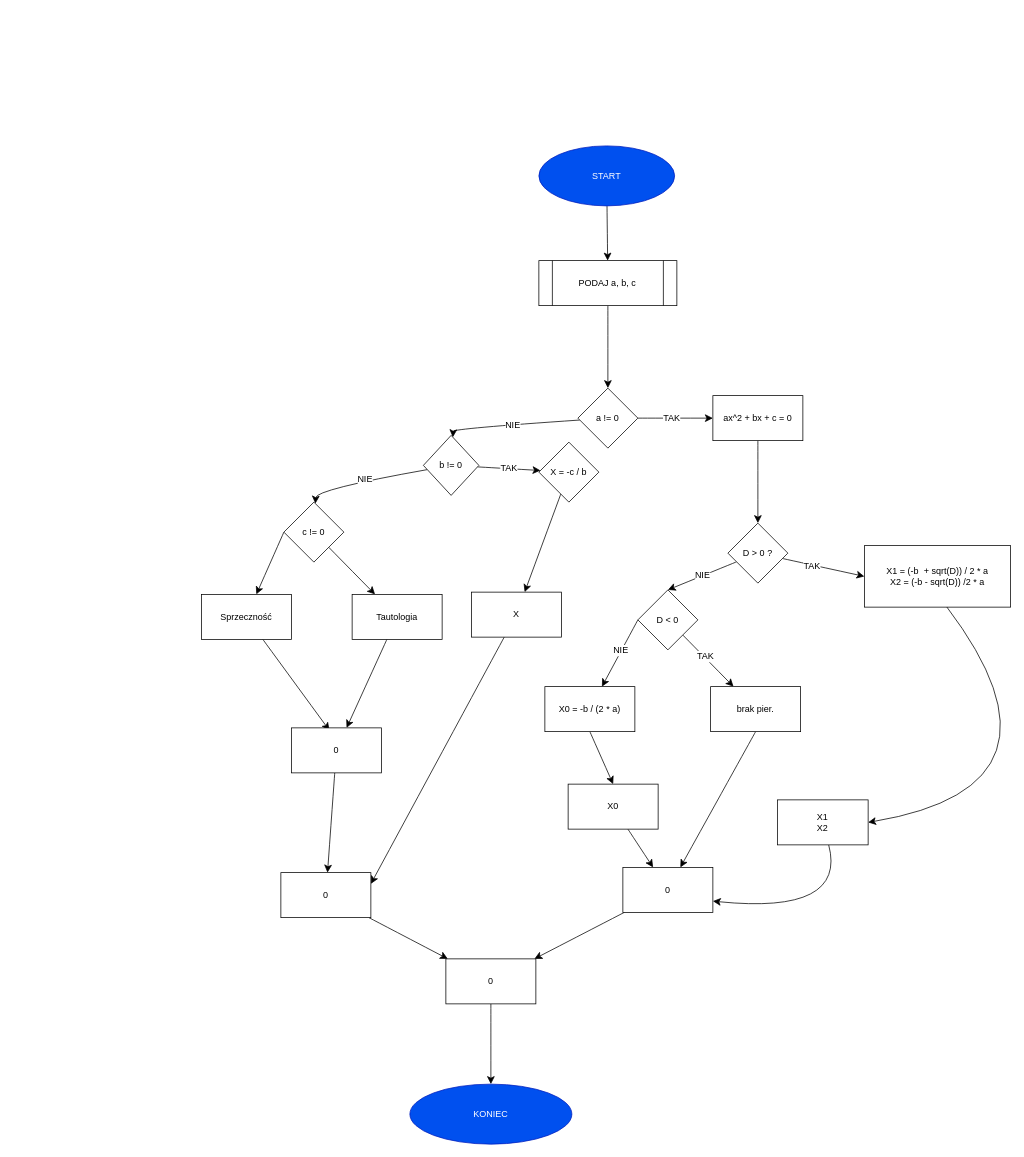
Earlier version of the draw.io diagram Diagram bez tytułu.drawio (mateoty123/draw.io._UL). Source tidied: cells renumbered, new cells numbered last; positions are measured from the earlier drawing's top-left corner, leaving out a move shared by most shapes. Both pictures are drawn from the tidied source at 75%, with x=0, y=0 at pixel (201, 146).
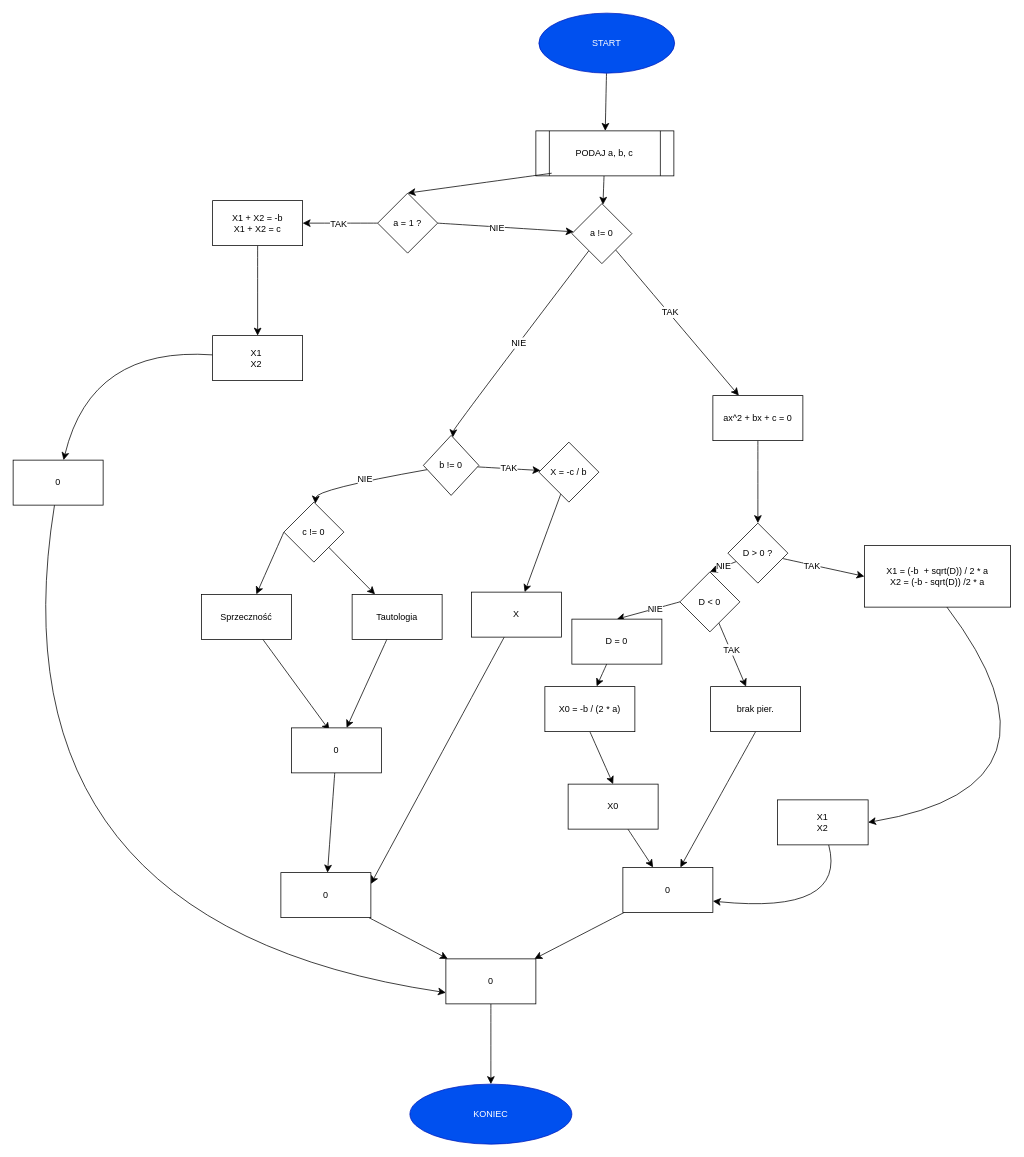
The same diagram, later.

Commit message:
Teorema Vieta tytuł.drawio

Unchanged cells that the change refers to:
```xml
<mxCell id="42" value="X0 = -b / (2 * a)" style="rounded=0;whiteSpace=wrap;html=1;" parent="1" vertex="1">
  <mxGeometry x="458" y="721" width="120" height="60" as="geometry" />
</mxCell>
<mxCell id="53" value="0" style="whiteSpace=wrap;html=1;rounded=0;" parent="1" vertex="1">
  <mxGeometry x="326" y="1084" width="120" height="60" as="geometry" />
</mxCell>
```

What changed in the source:
```diff
@@
     <mxCell id="3" value="START" style="ellipse;whiteSpace=wrap;html=1;fillColor=#0050ef;strokeColor=#001DBC;fontColor=#ffffff;" parent="1" vertex="1">
-      <mxGeometry x="450" width="181" height="80" as="geometry" />
+      <mxGeometry x="450" y="-177" width="181" height="80" as="geometry" />
     </mxCell>
@@
     <mxCell id="5" value="PODAJ a, b, c" style="shape=process;whiteSpace=wrap;html=1;backgroundOutline=1;" parent="1" vertex="1">
-      <mxGeometry x="450" y="153" width="184" height="60" as="geometry" />
+      <mxGeometry x="446" y="-20" width="184" height="60" as="geometry" />
     </mxCell>
@@
+    <mxCell id="56" style="edgeStyle=none;curved=1;rounded=0;jettySize=auto;html=1;fontSize=12;startSize=8;endSize=8;entryX=0.5;entryY=0;entryDx=0;entryDy=0;exitX=0.115;exitY=0.941;exitDx=0;exitDy=0;exitPerimeter=0;" parent="1" edge="1" source="5" target="64">
+      <mxGeometry relative="1" as="geometry" />
+    </mxCell>
     <mxCell id="9" value="a != 0" style="rhombus;whiteSpace=wrap;html=1;" parent="1" vertex="1">
-      <mxGeometry x="502" y="323" width="80" height="80" as="geometry" />
+      <mxGeometry x="494" y="77" width="80" height="80" as="geometry" />
     </mxCell>
@@
-    <mxCell id="36" style="edgeStyle=none;curved=1;rounded=0;jettySize=auto;html=1;exitX=0;exitY=0.5;exitDx=0;exitDy=0;fontSize=12;startSize=8;endSize=8;" parent="1" edge="1" source="40" target="42">
+    <mxCell id="36" style="edgeStyle=none;curved=1;rounded=0;jettySize=auto;html=1;exitX=0;exitY=0.5;exitDx=0;exitDy=0;fontSize=12;startSize=8;endSize=8;entryX=0.5;entryY=0;entryDx=0;entryDy=0;" parent="1" edge="1" source="40" target="58">
       <mxGeometry relative="1" as="geometry" />
     </mxCell>
-    <mxCell id="37" value="NIE" style="edgeLabel;html=1;align=center;verticalAlign=middle;fontSize=12;" parent="36" vertex="1">
-      <mxGeometry x="-0.06" y="-1" relative="1" as="geometry" />
-    </mxCell>
+    <mxCell id="57" value="NIE" style="edgeLabel;html=1;align=center;verticalAlign=middle;fontSize=12;" parent="36" vertex="1">
+      <mxGeometry x="-0.2" relative="1" as="geometry" />
+    </mxCell>
@@
     <mxCell id="40" value="D &amp;lt; 0" style="rhombus;whiteSpace=wrap;html=1;" parent="1" vertex="1">
-      <mxGeometry x="582" y="592" width="80" height="80" as="geometry" />
+      <mxGeometry x="638" y="568" width="80" height="80" as="geometry" />
     </mxCell>
@@
+    <mxCell id="58" value="D = 0" style="rounded=0;whiteSpace=wrap;html=1;" parent="1" vertex="1">
+      <mxGeometry x="494" y="631" width="120" height="60" as="geometry" />
+    </mxCell>
+    <mxCell id="59" style="edgeStyle=none;curved=1;rounded=0;jettySize=auto;html=1;entryX=0.575;entryY=-0.006;entryDx=0;entryDy=0;entryPerimeter=0;fontSize=12;startSize=8;endSize=8;" parent="1" edge="1" source="58" target="42">
+      <mxGeometry relative="1" as="geometry" />
+    </mxCell>
+    <mxCell id="60" style="edgeStyle=none;curved=1;rounded=0;jettySize=auto;html=1;exitX=1;exitY=0.5;exitDx=0;exitDy=0;fontSize=12;startSize=8;endSize=8;" parent="1" edge="1" source="64" target="9">
+      <mxGeometry relative="1" as="geometry" />
+    </mxCell>
+    <mxCell id="61" value="NIE" style="edgeLabel;html=1;align=center;verticalAlign=middle;fontSize=12;" parent="60" vertex="1">
+      <mxGeometry x="-0.13" y="-1" relative="1" as="geometry" />
+    </mxCell>
+    <mxCell id="62" style="edgeStyle=none;curved=1;rounded=0;jettySize=auto;html=1;fontSize=12;startSize=8;endSize=8;" parent="1" edge="1" source="64" target="66">
+      <mxGeometry relative="1" as="geometry" />
+    </mxCell>
+    <mxCell id="63" value="TAK" style="edgeLabel;html=1;align=center;verticalAlign=middle;fontSize=12;" parent="62" vertex="1">
+      <mxGeometry x="0.06" relative="1" as="geometry" />
+    </mxCell>
+    <mxCell id="64" value="a = 1 ?" style="rhombus;whiteSpace=wrap;html=1;" parent="1" vertex="1">
+      <mxGeometry x="235" y="63" width="80" height="80" as="geometry" />
+    </mxCell>
+    <mxCell id="65" style="edgeStyle=none;curved=1;rounded=0;jettySize=auto;html=1;fontSize=12;startSize=8;endSize=8;" parent="1" edge="1" source="66" target="68">
+      <mxGeometry relative="1" as="geometry" />
+    </mxCell>
+    <mxCell id="66" value="X1 + X2 = -b&lt;div&gt;X1 + X2 = c&lt;/div&gt;" style="whiteSpace=wrap;html=1;" parent="1" vertex="1">
+      <mxGeometry x="15" y="73" width="120" height="60" as="geometry" />
+    </mxCell>
+    <mxCell id="67" style="edgeStyle=none;curved=1;rounded=0;jettySize=auto;html=1;fontSize=12;startSize=8;endSize=8;" parent="1" edge="1" source="68" target="70">
+      <mxGeometry relative="1" as="geometry">
+        <Array as="points">
+          <mxPoint x="-147" y="267" />
+        </Array>
+      </mxGeometry>
+    </mxCell>
+    <mxCell id="68" value="X1&amp;nbsp;&lt;div&gt;X2&amp;nbsp;&lt;/div&gt;" style="whiteSpace=wrap;html=1;" parent="1" vertex="1">
+      <mxGeometry x="15" y="253" width="120" height="60" as="geometry" />
+    </mxCell>
+    <mxCell id="69" style="edgeStyle=none;curved=1;rounded=0;jettySize=auto;html=1;entryX=0;entryY=0.75;entryDx=0;entryDy=0;fontSize=12;startSize=8;endSize=8;" parent="1" edge="1" source="70" target="53">
+      <mxGeometry relative="1" as="geometry">
+        <Array as="points">
+          <mxPoint x="-286" y="1038" />
+        </Array>
+      </mxGeometry>
+    </mxCell>
+    <mxCell id="70" value="0" style="whiteSpace=wrap;html=1;" parent="1" vertex="1">
+      <mxGeometry x="-251" y="419" width="120" height="60" as="geometry" />
+    </mxCell>
```
